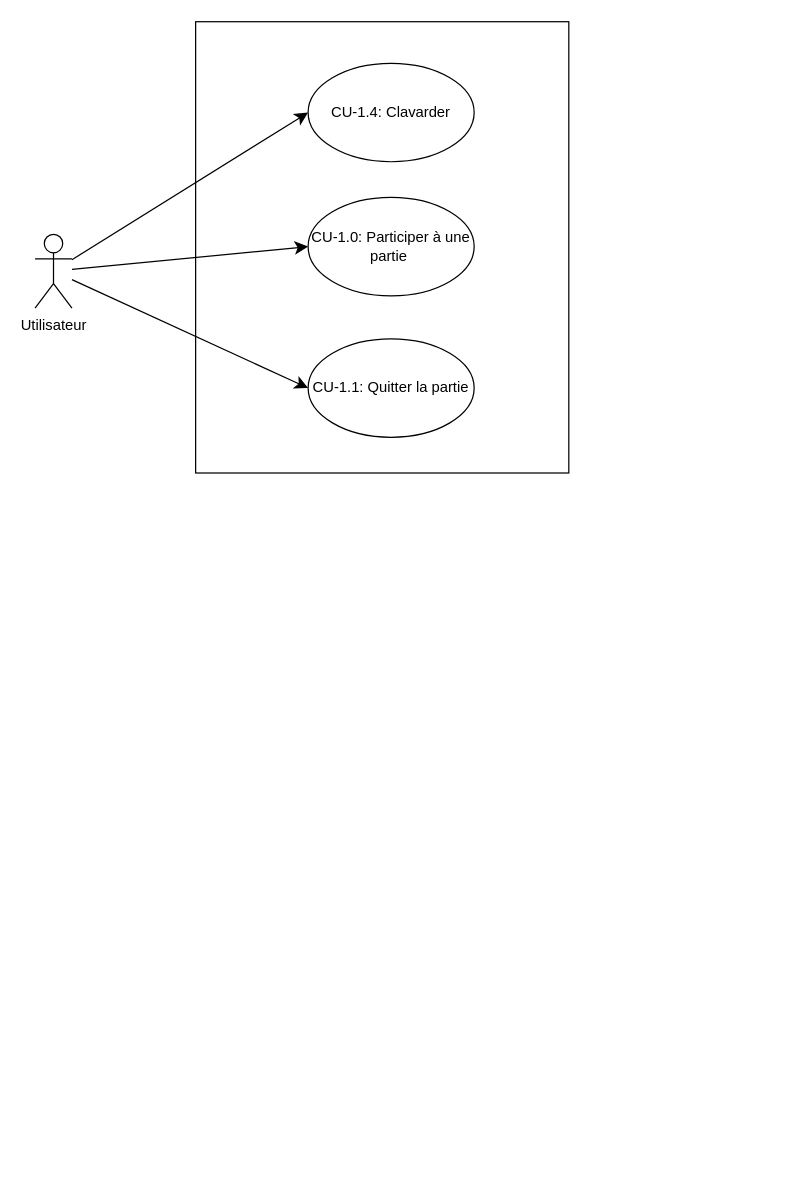
Before: page "Page-4" (4 of 5) of Diagramme sans nom.drawio in Andreea-Maria1/uml-projet3, a draw.io diagram. Source tidied: cells renumbered, new cells numbered last; positions are measured from the earlier drawing's top-left corner, leaving out a move shared by most shapes. Both pictures are drawn from the tidied source at 123%, with x=0, y=0 at pixel (34, 60).
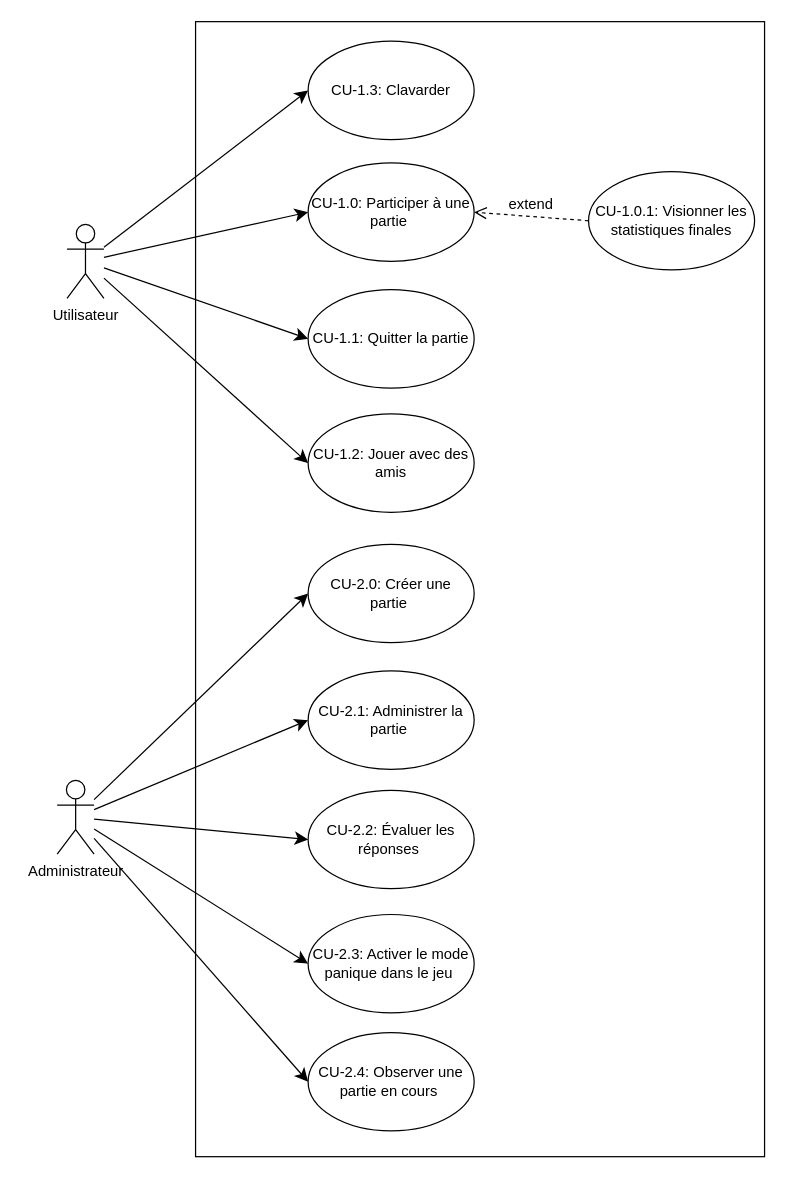
Above is the later version.

Change to the diagram source:
```diff
@@
     <mxCell id="2" style="rounded=0;whiteSpace=wrap;html=1;rotation=90;" parent="1" vertex="1">
-      <mxGeometry x="98.8" y="-0.1" width="366.9" height="303.4" as="geometry" />
+      <mxGeometry x="-99.6" y="198.2" width="922.8" height="462.6" as="geometry" />
     </mxCell>
@@
+    <mxCell id="10" style="edgeStyle=none;curved=1;rounded=0;jettySize=auto;html=1;entryX=0;entryY=0.5;entryDx=0;entryDy=0;fontSize=12;startSize=8;endSize=8;" parent="1" edge="1" source="6" target="24">
+      <mxGeometry relative="1" as="geometry" />
+    </mxCell>
     <mxCell id="6" value="Utilisateur" style="shape=umlActor;verticalLabelPosition=bottom;verticalAlign=top;html=1;outlineConnect=0;" parent="1" vertex="1">
-      <mxGeometry y="141" width="30" height="60" as="geometry" />
+      <mxGeometry x="26" y="133" width="30" height="60" as="geometry" />
     </mxCell>
-    <mxCell id="7" value="CU-1.4: Clavarder" style="ellipse;whiteSpace=wrap;html=1;" parent="1" vertex="1">
-      <mxGeometry x="222" y="2" width="135" height="80" as="geometry" />
+    <mxCell id="7" value="CU-1.3: Clavarder" style="ellipse;whiteSpace=wrap;html=1;" parent="1" vertex="1">
+      <mxGeometry x="222" y="-16" width="135" height="80" as="geometry" />
     </mxCell>
     <mxCell id="8" value="CU-1.0: Participer à une partie&amp;nbsp;" style="ellipse;whiteSpace=wrap;html=1;" parent="1" vertex="1">
-      <mxGeometry x="222" y="111" width="135" height="80" as="geometry" />
+      <mxGeometry x="222" y="83" width="135" height="80" as="geometry" />
     </mxCell>
     <mxCell id="9" value="CU-1.1: Quitter la partie" style="ellipse;whiteSpace=wrap;html=1;" parent="1" vertex="1">
-      <mxGeometry x="222" y="226" width="135" height="80" as="geometry" />
+      <mxGeometry x="222" y="186" width="135" height="80" as="geometry" />
     </mxCell>
+    <mxCell id="11" style="edgeStyle=none;curved=1;rounded=0;jettySize=auto;html=1;entryX=0;entryY=0.5;entryDx=0;entryDy=0;fontSize=12;startSize=8;endSize=8;" parent="1" edge="1" source="16" target="17">
+      <mxGeometry relative="1" as="geometry" />
+    </mxCell>
+    <mxCell id="12" style="edgeStyle=none;curved=1;rounded=0;jettySize=auto;html=1;entryX=0;entryY=0.5;entryDx=0;entryDy=0;fontSize=12;startSize=8;endSize=8;" parent="1" edge="1" source="16" target="18">
+      <mxGeometry relative="1" as="geometry" />
+    </mxCell>
+    <mxCell id="13" style="edgeStyle=none;curved=1;rounded=0;jettySize=auto;html=1;entryX=0;entryY=0.5;entryDx=0;entryDy=0;fontSize=12;startSize=8;endSize=8;" parent="1" edge="1" source="16" target="21">
+      <mxGeometry relative="1" as="geometry" />
+    </mxCell>
+    <mxCell id="14" style="edgeStyle=none;curved=1;rounded=0;jettySize=auto;html=1;entryX=0;entryY=0.5;entryDx=0;entryDy=0;fontSize=12;startSize=8;endSize=8;" parent="1" edge="1" source="16" target="22">
+      <mxGeometry relative="1" as="geometry" />
+    </mxCell>
+    <mxCell id="15" style="edgeStyle=none;curved=1;rounded=0;jettySize=auto;html=1;entryX=0;entryY=0.5;entryDx=0;entryDy=0;fontSize=12;startSize=8;endSize=8;" parent="1" edge="1" source="16" target="23">
+      <mxGeometry relative="1" as="geometry" />
+    </mxCell>
+    <mxCell id="16" value="Administrateur" style="shape=umlActor;verticalLabelPosition=bottom;verticalAlign=top;html=1;outlineConnect=0;" parent="1" vertex="1">
+      <mxGeometry x="18" y="585" width="30" height="60" as="geometry" />
+    </mxCell>
+    <mxCell id="17" value="CU-2.0: Créer une partie&amp;nbsp;" style="ellipse;whiteSpace=wrap;html=1;" parent="1" vertex="1">
+      <mxGeometry x="222" y="393" width="135" height="80" as="geometry" />
+    </mxCell>
+    <mxCell id="18" value="CU-2.1: Administrer la partie&amp;nbsp;" style="ellipse;whiteSpace=wrap;html=1;" parent="1" vertex="1">
+      <mxGeometry x="222" y="496" width="135" height="80" as="geometry" />
+    </mxCell>
+    <mxCell id="19" value="CU-1.0.1: Visionner les statistiques finales" style="ellipse;whiteSpace=wrap;html=1;" parent="1" vertex="1">
+      <mxGeometry x="450" y="90" width="135" height="80" as="geometry" />
+    </mxCell>
+    <mxCell id="20" value="extend" style="html=1;verticalAlign=bottom;endArrow=open;dashed=1;endSize=8;curved=0;rounded=0;fontSize=12;exitX=0;exitY=0.5;exitDx=0;exitDy=0;entryX=1;entryY=0.5;entryDx=0;entryDy=0;" parent="1" edge="1" source="19" target="8">
+      <mxGeometry relative="1" as="geometry" />
+    </mxCell>
+    <mxCell id="21" value="CU-2.2: Évaluer les réponses&amp;nbsp;" style="ellipse;whiteSpace=wrap;html=1;" parent="1" vertex="1">
+      <mxGeometry x="222" y="593" width="135" height="80" as="geometry" />
+    </mxCell>
+    <mxCell id="22" value="CU-2.3: Activer le mode panique dans le jeu&amp;nbsp;" style="ellipse;whiteSpace=wrap;html=1;" parent="1" vertex="1">
+      <mxGeometry x="222" y="694" width="135" height="80" as="geometry" />
+    </mxCell>
+    <mxCell id="23" value="CU-2.4: Observer une partie en cours&amp;nbsp;" style="ellipse;whiteSpace=wrap;html=1;" parent="1" vertex="1">
+      <mxGeometry x="222" y="790" width="135" height="80" as="geometry" />
+    </mxCell>
+    <mxCell id="24" value="CU-1.2: Jouer avec des amis" style="ellipse;whiteSpace=wrap;html=1;" parent="1" vertex="1">
+      <mxGeometry x="222" y="287" width="135" height="80" as="geometry" />
+    </mxCell>
```
